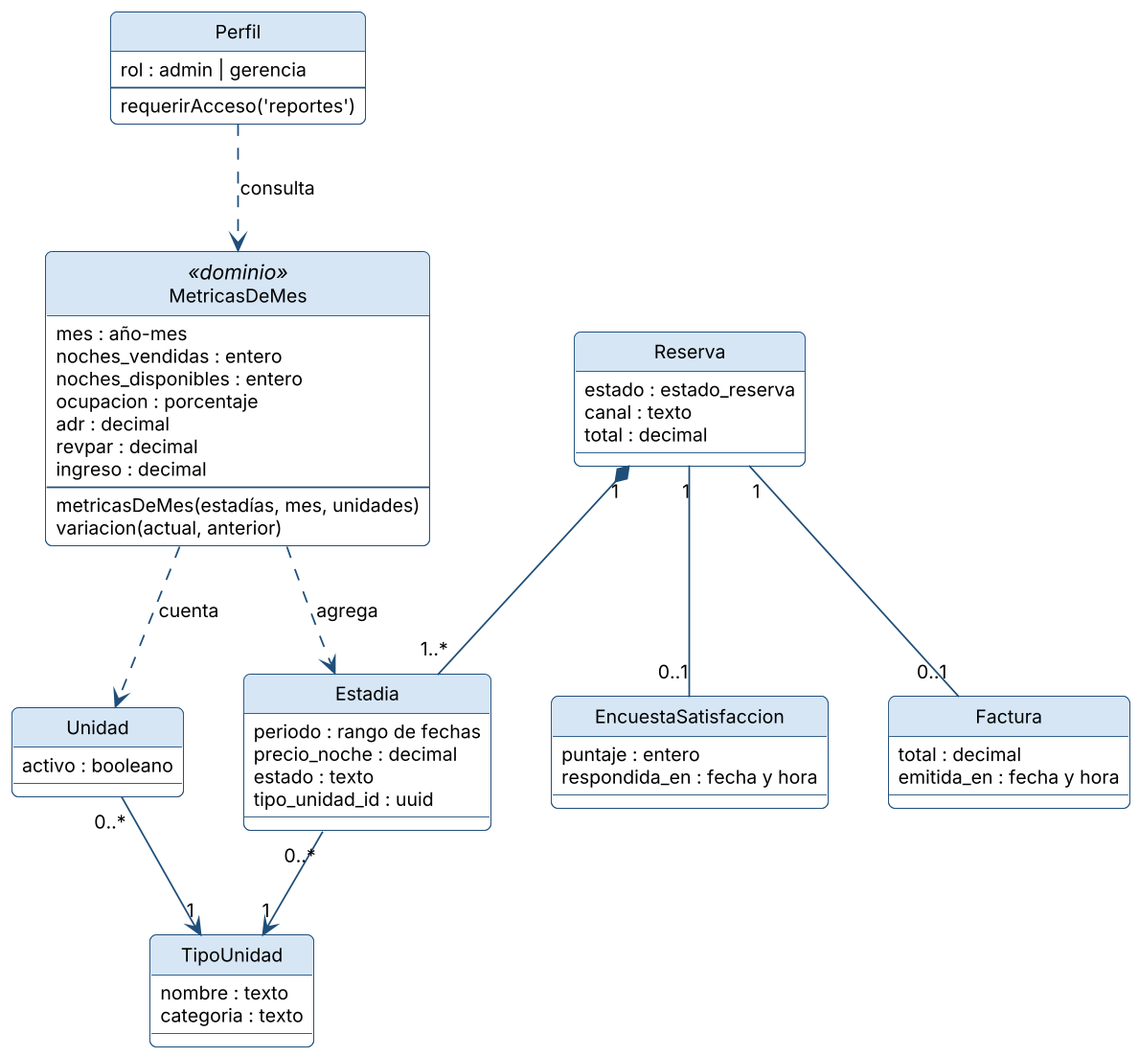
The PlantUML diagram docs/1-tesis/figuras/diagramas/cu05-clases.png in blanca-patagonia/BlancaPatagoniaHotelApp, before a commit.
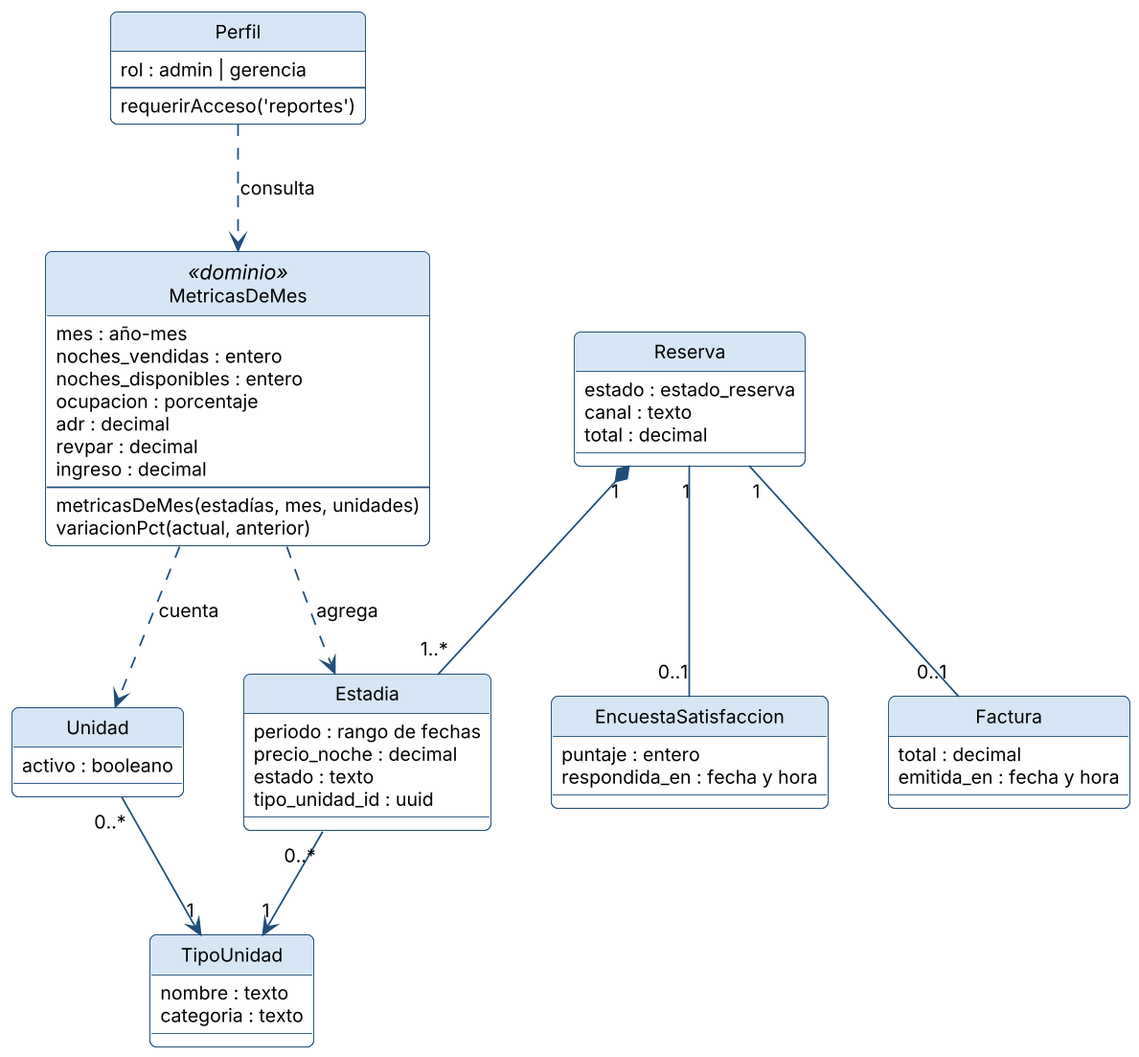
The same file after the commit.

What changed in the source:
```diff
@@ -15,7 +15,7 @@
   ingreso : decimal
   --
   metricasDeMes(estadías, mes, unidades)
-  variacion(actual, anterior)
+  variacionPct(actual, anterior)
 }
 class Estadia {
   periodo : rango de fechas
```
